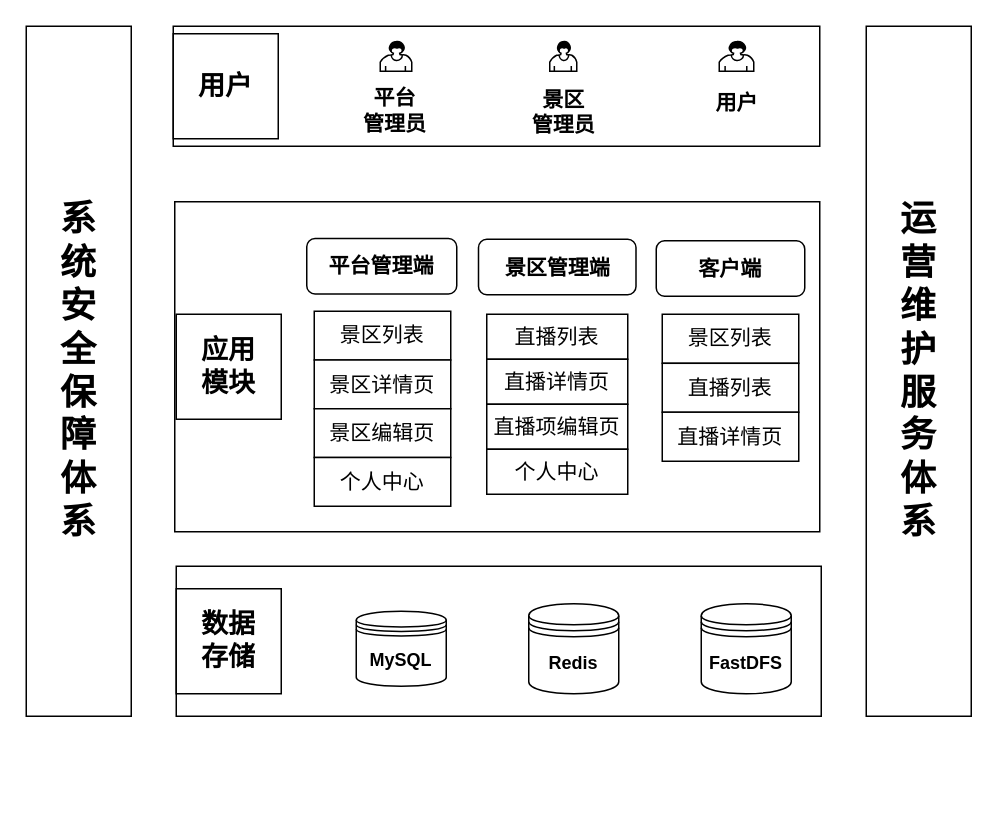
This is 5G游记助手/游记助手系统架构图.drawio from haycheng/draw.io, a draw.io file, before an edit. Source tidied: cells renumbered, new cells numbered last; positions are measured from the earlier drawing's top-left corner, leaving out a move shared by most shapes. Both pictures are drawn from the tidied source at 150%, with x=0, y=0 at pixel (26, 26).
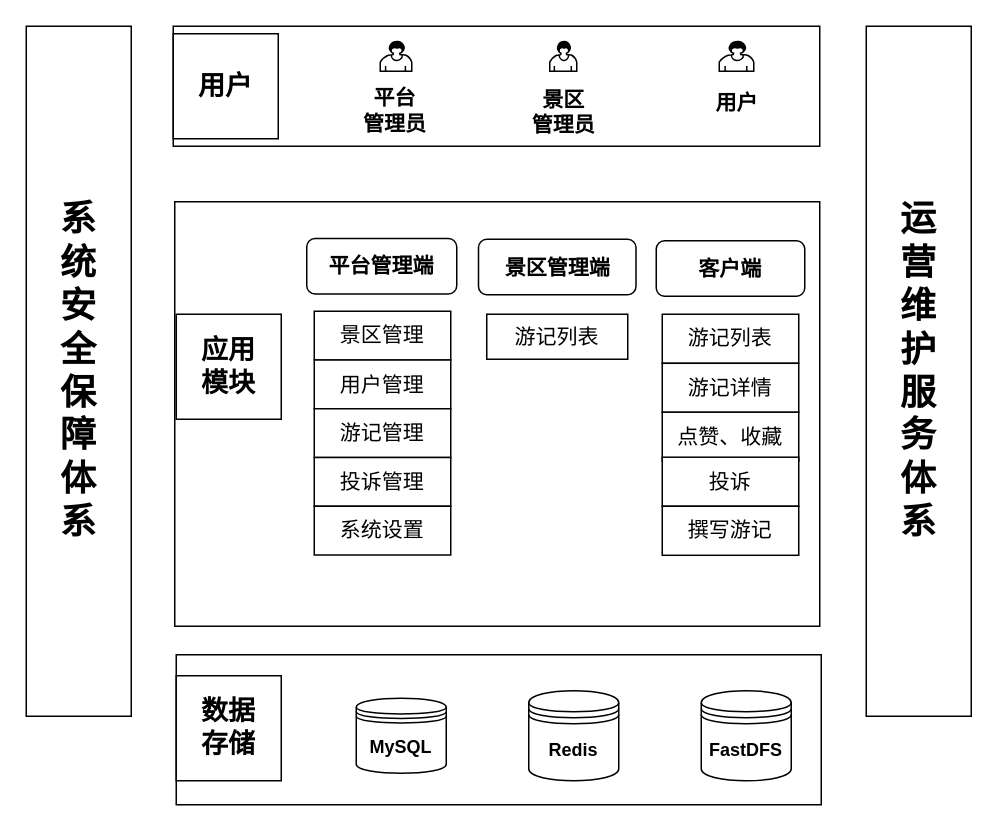
The same page after the edit.

Commit message:
Update 游记助手系统架构图.drawio

Unchanged cells that the change refers to:
```xml
<mxCell id="21" style="group;" parent="1" vertex="1">
  <mxGeometry x="192" y="190" width="91" height="130" as="geometry" />
</mxCell>
<mxCell id="26" style="group;" parent="1" vertex="1">
  <mxGeometry x="307" y="192" width="94" height="120" as="geometry" />
</mxCell>
<mxCell id="31" style="group;" parent="1" vertex="1">
  <mxGeometry x="424" y="192" width="91" height="98" as="geometry" />
</mxCell>
```

Change to the diagram source:
```diff
@@
-    <mxCell id="3" style="rounded=0;whiteSpace=wrap;html=1;" parent="1" vertex="1">
-      <mxGeometry x="100" y="360" width="430" height="100" as="geometry" />
-    </mxCell>
-    <mxCell id="4" value="&lt;b&gt;&lt;font style=&quot;font-size: 18px&quot;&gt;数据&lt;br&gt;存储&lt;br&gt;&lt;/font&gt;&lt;/b&gt;" style="rounded=0;whiteSpace=wrap;html=1;" parent="1" vertex="1">
-      <mxGeometry x="100" y="375" width="70" height="70" as="geometry" />
-    </mxCell>
-    <mxCell id="5" value="MySQL" style="shape=datastore;whiteSpace=wrap;html=1;fontStyle=1;" parent="1" vertex="1">
-      <mxGeometry x="220" y="390" width="60" height="50" as="geometry" />
-    </mxCell>
-    <mxCell id="6" value="Redis" style="shape=datastore;whiteSpace=wrap;html=1;fontStyle=1;" parent="1" vertex="1">
-      <mxGeometry x="335" y="385" width="60" height="60" as="geometry" />
-    </mxCell>
-    <mxCell id="7" value="FastDFS" style="shape=datastore;whiteSpace=wrap;html=1;fontStyle=1;" parent="1" vertex="1">
-      <mxGeometry x="450" y="385" width="60" height="60" as="geometry" />
-    </mxCell>
     <mxCell id="8" style="rounded=0;whiteSpace=wrap;html=1;" parent="1" vertex="1">
-      <mxGeometry x="99" y="117" width="430" height="220" as="geometry" />
+      <mxGeometry x="99" y="117" width="430" height="283" as="geometry" />
     </mxCell>
@@
-    <mxCell id="22" value="&lt;span style=&quot;line-height: 150%&quot;&gt;&lt;font style=&quot;font-size: 14px&quot;&gt;景区列表&lt;/font&gt;&lt;/span&gt;" style="rounded=0;whiteSpace=wrap;html=1;" parent="21" vertex="1">
+    <mxCell id="22" value="&lt;span style=&quot;line-height: 150%&quot;&gt;&lt;font style=&quot;font-size: 14px&quot;&gt;景区管理&lt;/font&gt;&lt;/span&gt;" style="rounded=0;whiteSpace=wrap;html=1;" parent="21" vertex="1">
       <mxGeometry width="91" height="32.5" as="geometry" />
     </mxCell>
-    <mxCell id="23" value="&lt;span style=&quot;line-height: 150%&quot;&gt;&lt;font style=&quot;font-size: 14px&quot;&gt;景区详情页&lt;/font&gt;&lt;/span&gt;" style="rounded=0;whiteSpace=wrap;html=1;" parent="21" vertex="1">
+    <mxCell id="23" value="&lt;span style=&quot;line-height: 150%&quot;&gt;&lt;font style=&quot;font-size: 14px&quot;&gt;用户管理&lt;/font&gt;&lt;/span&gt;" style="rounded=0;whiteSpace=wrap;html=1;" parent="21" vertex="1">
       <mxGeometry y="32.5" width="91" height="32.5" as="geometry" />
     </mxCell>
-    <mxCell id="24" value="&lt;span style=&quot;line-height: 150%&quot;&gt;&lt;font style=&quot;font-size: 14px&quot;&gt;景区编辑页&lt;/font&gt;&lt;/span&gt;" style="rounded=0;whiteSpace=wrap;html=1;" parent="21" vertex="1">
+    <mxCell id="24" value="&lt;span style=&quot;line-height: 150%&quot;&gt;&lt;font style=&quot;font-size: 14px&quot;&gt;游记管理&lt;/font&gt;&lt;/span&gt;" style="rounded=0;whiteSpace=wrap;html=1;" parent="21" vertex="1">
       <mxGeometry y="65" width="91" height="32.5" as="geometry" />
     </mxCell>
-    <mxCell id="25" value="&lt;span style=&quot;line-height: 150%&quot;&gt;&lt;font style=&quot;font-size: 14px&quot;&gt;个人中心&lt;/font&gt;&lt;/span&gt;" style="rounded=0;whiteSpace=wrap;html=1;" parent="21" vertex="1">
+    <mxCell id="25" value="&lt;span style=&quot;line-height: 150%&quot;&gt;&lt;font style=&quot;font-size: 14px&quot;&gt;投诉管理&lt;/font&gt;&lt;/span&gt;" style="rounded=0;whiteSpace=wrap;html=1;" parent="21" vertex="1">
       <mxGeometry y="97.5" width="91" height="32.5" as="geometry" />
     </mxCell>
@@
-    <mxCell id="27" value="&lt;span style=&quot;line-height: 150%&quot;&gt;&lt;font style=&quot;font-size: 14px&quot;&gt;直播列表&lt;/font&gt;&lt;/span&gt;" style="rounded=0;whiteSpace=wrap;html=1;" parent="26" vertex="1">
+    <mxCell id="27" value="&lt;span style=&quot;line-height: 150%&quot;&gt;&lt;font style=&quot;font-size: 14px&quot;&gt;游记列表&lt;/font&gt;&lt;/span&gt;" style="rounded=0;whiteSpace=wrap;html=1;" parent="26" vertex="1">
       <mxGeometry width="94" height="30" as="geometry" />
     </mxCell>
-    <mxCell id="28" value="&lt;span style=&quot;line-height: 150%&quot;&gt;&lt;font style=&quot;font-size: 14px&quot;&gt;直播详情页&lt;/font&gt;&lt;/span&gt;" style="rounded=0;whiteSpace=wrap;html=1;" parent="26" vertex="1">
-      <mxGeometry y="30" width="94" height="30" as="geometry" />
-    </mxCell>
-    <mxCell id="29" value="&lt;span style=&quot;line-height: 150%&quot;&gt;&lt;font style=&quot;font-size: 14px&quot;&gt;直播项编辑页&lt;/font&gt;&lt;/span&gt;" style="rounded=0;whiteSpace=wrap;html=1;" parent="26" vertex="1">
-      <mxGeometry y="60" width="94" height="30" as="geometry" />
-    </mxCell>
-    <mxCell id="30" value="&lt;span style=&quot;line-height: 150%&quot;&gt;&lt;font style=&quot;font-size: 14px&quot;&gt;个人中心&lt;/font&gt;&lt;/span&gt;" style="rounded=0;whiteSpace=wrap;html=1;" parent="26" vertex="1">
-      <mxGeometry y="90" width="94" height="30" as="geometry" />
-    </mxCell>
@@
-    <mxCell id="32" value="&lt;span style=&quot;line-height: 150%&quot;&gt;&lt;font style=&quot;font-size: 14px&quot;&gt;景区列表&lt;/font&gt;&lt;/span&gt;" style="rounded=0;whiteSpace=wrap;html=1;" parent="31" vertex="1">
+    <mxCell id="32" value="&lt;span style=&quot;line-height: 150%&quot;&gt;&lt;font style=&quot;font-size: 14px&quot;&gt;游记列表&lt;/font&gt;&lt;/span&gt;" style="rounded=0;whiteSpace=wrap;html=1;" parent="31" vertex="1">
       <mxGeometry width="91" height="32.7" as="geometry" />
     </mxCell>
-    <mxCell id="33" value="&lt;span style=&quot;line-height: 150%&quot;&gt;&lt;font style=&quot;font-size: 14px&quot;&gt;直播列表&lt;/font&gt;&lt;/span&gt;" style="rounded=0;whiteSpace=wrap;html=1;" parent="31" vertex="1">
+    <mxCell id="33" value="&lt;span style=&quot;line-height: 150%&quot;&gt;&lt;font style=&quot;font-size: 14px&quot;&gt;游记详情&lt;/font&gt;&lt;/span&gt;" style="rounded=0;whiteSpace=wrap;html=1;" parent="31" vertex="1">
       <mxGeometry y="32.7" width="91" height="32.7" as="geometry" />
     </mxCell>
-    <mxCell id="34" value="&lt;span style=&quot;line-height: 150%&quot;&gt;&lt;font style=&quot;font-size: 14px&quot;&gt;直播详情页&lt;/font&gt;&lt;/span&gt;" style="rounded=0;whiteSpace=wrap;html=1;" parent="31" vertex="1">
+    <mxCell id="34" value="&lt;span style=&quot;line-height: 150%&quot;&gt;&lt;font style=&quot;font-size: 14px&quot;&gt;点赞、收藏&lt;/font&gt;&lt;/span&gt;" style="rounded=0;whiteSpace=wrap;html=1;" parent="31" vertex="1">
       <mxGeometry y="65.3" width="91" height="32.7" as="geometry" />
     </mxCell>
@@
+    <mxCell id="36" style="group;" parent="1" vertex="1">
+      <mxGeometry x="100" y="419" width="430" height="100" as="geometry" />
+    </mxCell>
+    <mxCell id="3" style="rounded=0;whiteSpace=wrap;html=1;" parent="36" vertex="1">
+      <mxGeometry width="430" height="100" as="geometry" />
+    </mxCell>
+    <mxCell id="4" value="&lt;b&gt;&lt;font style=&quot;font-size: 18px&quot;&gt;数据&lt;br&gt;存储&lt;br&gt;&lt;/font&gt;&lt;/b&gt;" style="rounded=0;whiteSpace=wrap;html=1;" parent="36" vertex="1">
+      <mxGeometry y="14" width="70" height="70" as="geometry" />
+    </mxCell>
+    <mxCell id="5" value="MySQL" style="shape=datastore;whiteSpace=wrap;html=1;fontStyle=1;" parent="36" vertex="1">
+      <mxGeometry x="120" y="29" width="60" height="50" as="geometry" />
+    </mxCell>
+    <mxCell id="6" value="Redis" style="shape=datastore;whiteSpace=wrap;html=1;fontStyle=1;" parent="36" vertex="1">
+      <mxGeometry x="235" y="24" width="60" height="60" as="geometry" />
+    </mxCell>
+    <mxCell id="7" value="FastDFS" style="shape=datastore;whiteSpace=wrap;html=1;fontStyle=1;" parent="36" vertex="1">
+      <mxGeometry x="350" y="24" width="60" height="60" as="geometry" />
+    </mxCell>
+    <mxCell id="37" value="&lt;span style=&quot;line-height: 150%&quot;&gt;&lt;font style=&quot;font-size: 14px&quot;&gt;系统设置&lt;/font&gt;&lt;/span&gt;" style="rounded=0;whiteSpace=wrap;html=1;" parent="1" vertex="1">
+      <mxGeometry x="192" y="320" width="91" height="32.5" as="geometry" />
+    </mxCell>
+    <mxCell id="38" value="&lt;span style=&quot;line-height: 150%&quot;&gt;&lt;font style=&quot;font-size: 14px&quot;&gt;投诉&lt;/font&gt;&lt;/span&gt;" style="rounded=0;whiteSpace=wrap;html=1;" parent="1" vertex="1">
+      <mxGeometry x="424" y="287.3" width="91" height="32.7" as="geometry" />
+    </mxCell>
+    <mxCell id="39" value="&lt;span style=&quot;font-size: 14px&quot;&gt;撰写游记&lt;/span&gt;" style="rounded=0;whiteSpace=wrap;html=1;" parent="1" vertex="1">
+      <mxGeometry x="424" y="320" width="91" height="32.7" as="geometry" />
+    </mxCell>
```
